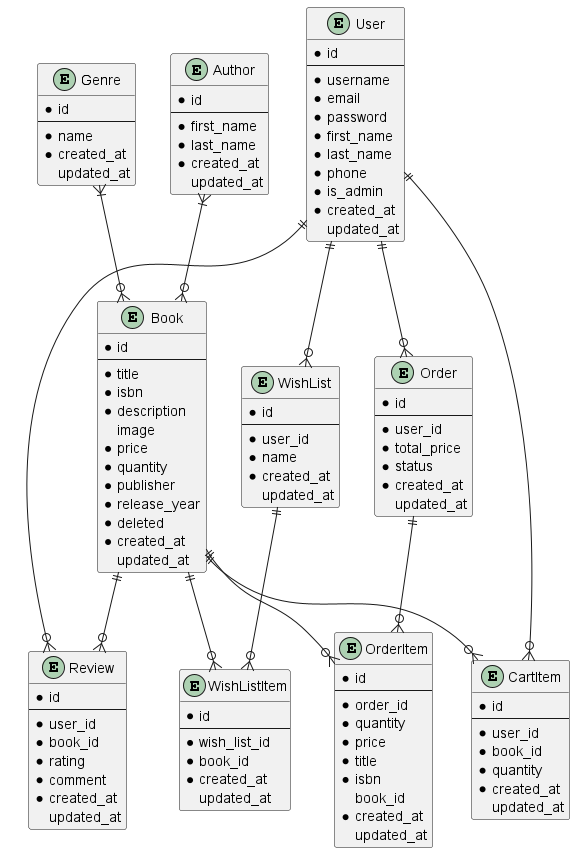
Earlier version of the PlantUML export Resources/Diagrams/ERD.png (kacvinsky-tom/BookHub).
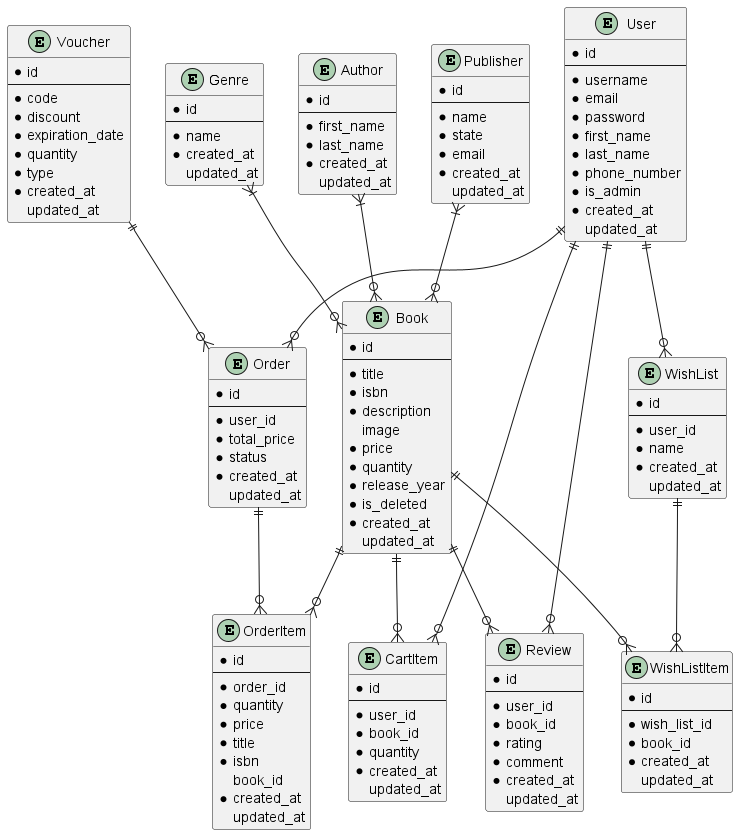
Above is the later version.

Commit message:
matched attribute names with real entities, regenerated PNG

The edit, as a diff of the source:
```diff
@@ -1,5 +1,4 @@
 @startuml
-
 entity User {
     *id
     --
@@ -8,7 +7,7 @@
     *password
     *first_name
     *last_name
-    *phone
+    *phone_number
     *is_admin
     *created_at
     updated_at
@@ -23,9 +22,8 @@
     image
     *price
     *quantity
-    *publisher
     *release_year
-    *deleted
+    *is_deleted
     *created_at
     updated_at
 }
@@ -43,6 +41,16 @@
     --
     *first_name
     *last_name
+    *created_at
+    updated_at
+}
+
+entity Publisher {
+    *id
+    --
+    *name
+    *state
+    *email
     *created_at
     updated_at
 }
@@ -109,6 +117,19 @@
     updated_at
 }
 
+entity Voucher {
+    *id
+    --
+    *code
+    *discount
+    *expiration_date
+    *quantity
+    *type
+    *created_at
+    updated_at
+}
+
+Voucher ||--o{ Order
 User ||--o{ Order
 Order ||--o{ OrderItem
 User ||--o{ CartItem
@@ -120,6 +141,6 @@
 Book ||--o{ WishListItem
 Book ||--o{ OrderItem
 Author }|--o{ Book
+Publisher }|--o{ Book
 Genre }|--o{ Book
-
 @enduml
```
